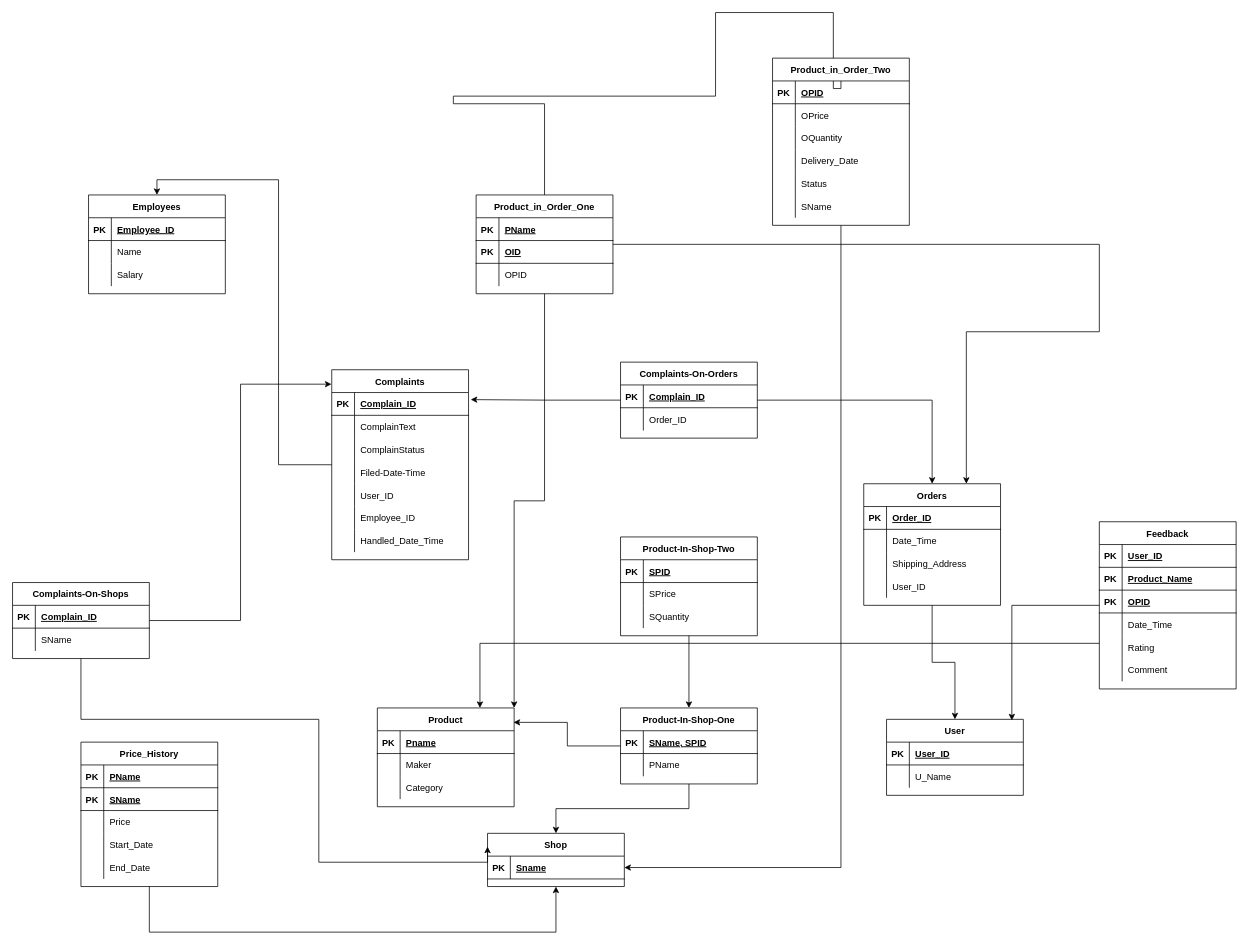
Before: page "Page-4" (4 of 4) of Untitled Diagram.drawio in CZ2007-Group-2/Group2, a draw.io diagram. Source tidied: cells renumbered, new cells numbered last; positions are measured from the earlier drawing's top-left corner, leaving out a move shared by most shapes. Both pictures are drawn from the tidied source at 76%, with x=0, y=0 at pixel (12, 12).
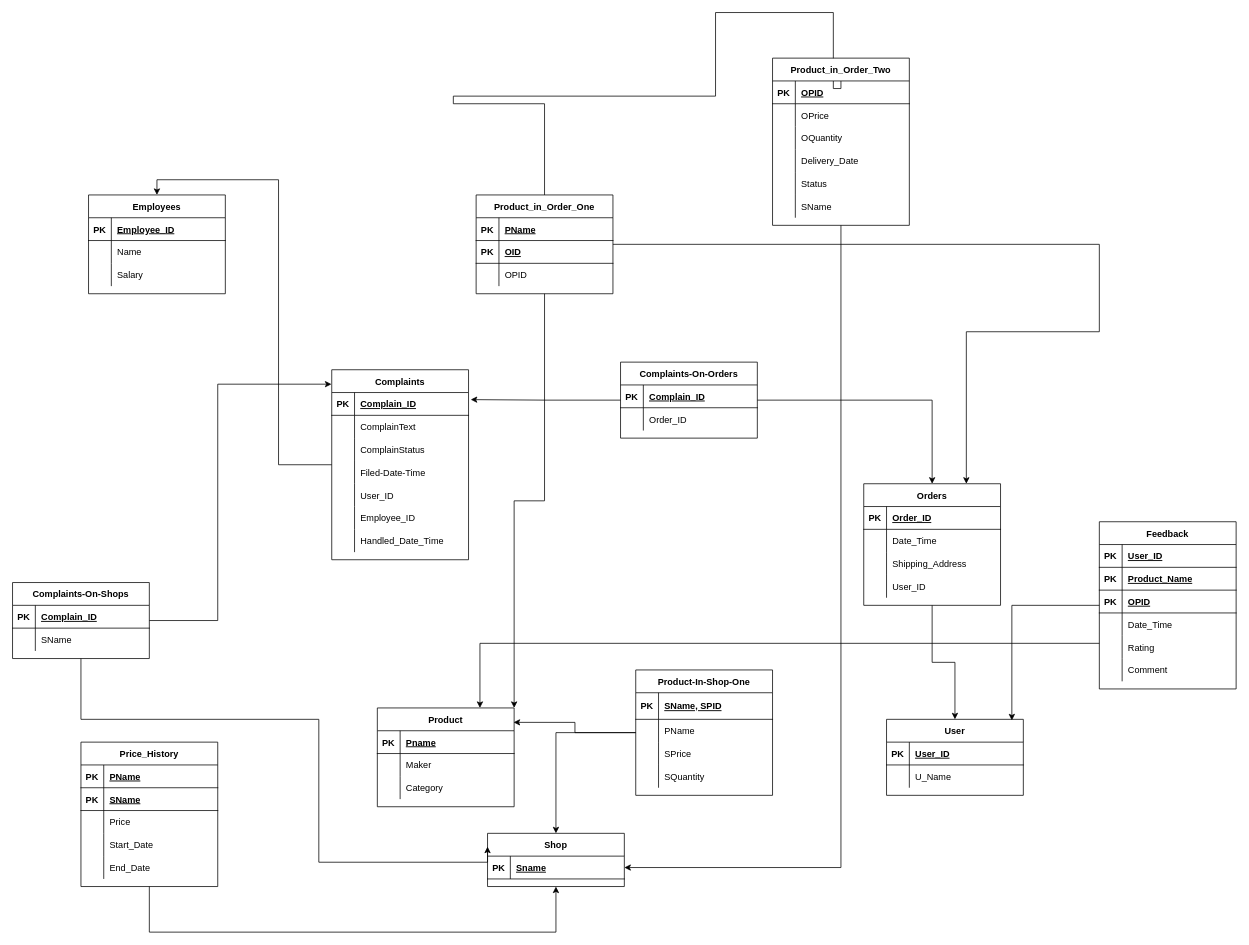
The same diagram, later.

Unchanged cells that the change refers to:
```xml
<mxCell id="37" value="Complaints" style="shape=table;startSize=30;childLayout=tableLayout;rowLines=0;fontStyle=1;align=center;" parent="1" vertex="1">
  <mxGeometry x="420" y="470" width="180" height="250" as="geometry" />
</mxCell>
<mxCell id="70" value="Complaints-On-Shops" style="shape=table;startSize=30;childLayout=tableLayout;rowLines=0;fontStyle=1;align=center;" parent="1" vertex="1">
  <mxGeometry y="750" width="180" height="100" as="geometry" />
</mxCell>
```

Change to the diagram source:
```diff
@@
     <mxCell id="14" value="Product-In-Shop-One" style="shape=table;startSize=30;childLayout=tableLayout;rowLines=0;fontStyle=1;align=center;" parent="1" vertex="1">
-      <mxGeometry x="800" y="915" width="180" height="100" as="geometry" />
+      <mxGeometry x="820" y="865" width="180" height="165" as="geometry" />
     </mxCell>
     <mxCell id="15" style="shape=tableRow;horizontal=0;startSize=0;swimlaneHead=0;swimlaneBody=0;fillColor=none;top=0;left=0;right=0;bottom=1;" parent="14" vertex="1">
-      <mxGeometry y="30" width="180" height="30" as="geometry" />
+      <mxGeometry y="30" width="180" height="35" as="geometry" />
     </mxCell>
     <mxCell id="16" value="PK" style="shape=partialRectangle;fillColor=none;top=0;left=0;bottom=0;right=0;fontStyle=1;overflow=hidden;" parent="15" vertex="1">
-      <mxGeometry width="30" height="30" as="geometry" />
+      <mxGeometry width="30" height="35" as="geometry" />
     </mxCell>
     <mxCell id="17" value="SName, SPID" style="shape=partialRectangle;fillColor=none;top=0;left=0;bottom=0;right=0;align=left;spacingLeft=6;fontStyle=5;overflow=hidden;" parent="15" vertex="1">
-      <mxGeometry x="30" width="150" height="30" as="geometry" />
+      <mxGeometry x="30" width="150" height="35" as="geometry" />
     </mxCell>
     <mxCell id="18" style="shape=tableRow;horizontal=0;startSize=0;swimlaneHead=0;swimlaneBody=0;fillColor=none;top=0;left=0;right=0;bottom=0;" parent="14" vertex="1">
-      <mxGeometry y="60" width="180" height="30" as="geometry" />
+      <mxGeometry y="65" width="180" height="30" as="geometry" />
     </mxCell>
@@
+    <mxCell id="179" style="shape=tableRow;horizontal=0;startSize=0;swimlaneHead=0;swimlaneBody=0;fillColor=none;top=0;left=0;right=0;bottom=0;" parent="14" vertex="1">
+      <mxGeometry y="95" width="180" height="30" as="geometry" />
+    </mxCell>
+    <mxCell id="180" style="shape=partialRectangle;fillColor=none;top=0;left=0;bottom=0;right=0;overflow=hidden;" parent="179" vertex="1">
+      <mxGeometry width="30" height="30" as="geometry" />
+    </mxCell>
+    <mxCell id="32" value="SPrice" style="shape=partialRectangle;fillColor=none;top=0;left=0;bottom=0;right=0;align=left;spacingLeft=6;overflow=hidden;" parent="179" vertex="1">
+      <mxGeometry x="30" width="150" height="30" as="geometry" />
+    </mxCell>
+    <mxCell id="181" style="shape=tableRow;horizontal=0;startSize=0;swimlaneHead=0;swimlaneBody=0;fillColor=none;top=0;left=0;right=0;bottom=0;" parent="14" vertex="1">
+      <mxGeometry y="125" width="180" height="30" as="geometry" />
+    </mxCell>
+    <mxCell id="182" style="shape=partialRectangle;fillColor=none;top=0;left=0;bottom=0;right=0;overflow=hidden;" parent="181" vertex="1">
+      <mxGeometry width="30" height="30" as="geometry" />
+    </mxCell>
+    <mxCell id="35" value="SQuantity" style="shape=partialRectangle;fillColor=none;top=0;left=0;bottom=0;right=0;align=left;spacingLeft=6;overflow=hidden;" parent="181" vertex="1">
+      <mxGeometry x="30" width="150" height="30" as="geometry" />
+    </mxCell>
@@
-    <mxCell id="25" style="edgeStyle=orthogonalEdgeStyle;rounded=0;jettySize=auto;html=1;entryX=0.5;entryY=0;entryDx=0;entryDy=0;" parent="1" edge="1" source="26" target="14">
-      <mxGeometry relative="1" as="geometry" />
-    </mxCell>
-    <mxCell id="26" value="Product-In-Shop-Two" style="shape=table;startSize=30;childLayout=tableLayout;rowLines=0;fontStyle=1;align=center;" parent="1" vertex="1">
-      <mxGeometry x="800" y="690" width="180" height="130" as="geometry" />
-    </mxCell>
-    <mxCell id="27" style="shape=tableRow;horizontal=0;startSize=0;swimlaneHead=0;swimlaneBody=0;fillColor=none;top=0;left=0;right=0;bottom=1;" parent="26" vertex="1">
-      <mxGeometry y="30" width="180" height="30" as="geometry" />
-    </mxCell>
-    <mxCell id="28" value="PK" style="shape=partialRectangle;fillColor=none;top=0;left=0;bottom=0;right=0;fontStyle=1;overflow=hidden;" parent="27" vertex="1">
-      <mxGeometry width="30" height="30" as="geometry" />
-    </mxCell>
-    <mxCell id="29" value="SPID" style="shape=partialRectangle;fillColor=none;top=0;left=0;bottom=0;right=0;align=left;spacingLeft=6;fontStyle=5;overflow=hidden;" parent="27" vertex="1">
-      <mxGeometry x="30" width="150" height="30" as="geometry" />
-    </mxCell>
-    <mxCell id="30" style="shape=tableRow;horizontal=0;startSize=0;swimlaneHead=0;swimlaneBody=0;fillColor=none;top=0;left=0;right=0;bottom=0;" parent="26" vertex="1">
-      <mxGeometry y="60" width="180" height="30" as="geometry" />
-    </mxCell>
-    <mxCell id="31" style="shape=partialRectangle;fillColor=none;top=0;left=0;bottom=0;right=0;overflow=hidden;" parent="30" vertex="1">
-      <mxGeometry width="30" height="30" as="geometry" />
-    </mxCell>
-    <mxCell id="32" value="SPrice" style="shape=partialRectangle;fillColor=none;top=0;left=0;bottom=0;right=0;align=left;spacingLeft=6;overflow=hidden;" parent="30" vertex="1">
-      <mxGeometry x="30" width="150" height="30" as="geometry" />
-    </mxCell>
-    <mxCell id="33" style="shape=tableRow;horizontal=0;startSize=0;swimlaneHead=0;swimlaneBody=0;fillColor=none;top=0;left=0;right=0;bottom=0;" parent="26" vertex="1">
-      <mxGeometry y="90" width="180" height="30" as="geometry" />
-    </mxCell>
-    <mxCell id="34" style="shape=partialRectangle;fillColor=none;top=0;left=0;bottom=0;right=0;overflow=hidden;" parent="33" vertex="1">
-      <mxGeometry width="30" height="30" as="geometry" />
-    </mxCell>
-    <mxCell id="35" value="SQuantity" style="shape=partialRectangle;fillColor=none;top=0;left=0;bottom=0;right=0;align=left;spacingLeft=6;overflow=hidden;" parent="33" vertex="1">
-      <mxGeometry x="30" width="150" height="30" as="geometry" />
-    </mxCell>
@@
     <mxCell id="68" style="edgeStyle=orthogonalEdgeStyle;rounded=0;jettySize=auto;html=1;entryX=-0.002;entryY=0.076;entryDx=0;entryDy=0;entryPerimeter=0;" parent="1" edge="1" source="70" target="37">
-      <mxGeometry relative="1" as="geometry" />
+      <mxGeometry relative="1" as="geometry">
+        <Array as="points">
+          <mxPoint x="270" y="800" />
+          <mxPoint x="270" y="489" />
+        </Array>
+      </mxGeometry>
     </mxCell>
```
